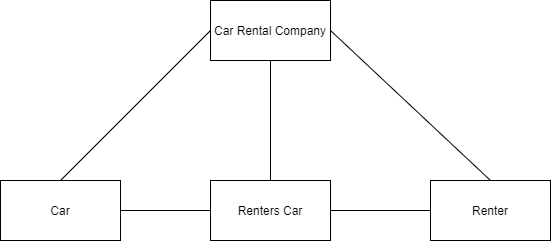
Above: Class Diagrams/Car Rental Company UML class diagram.png in smitbmx/Architecture-Diagrams (draw.io), before the change. Source tidied: cells renumbered, new cells last; positions are measured from the earlier drawing's top-left corner, leaving out a move shared by most shapes. Source of this version:
```xml
<mxGraphModel>
  <root>
    <mxCell id="0" />
    <mxCell id="1" parent="0" />
    <mxCell id="2" value="Car Rental Company" style="rounded=0;whiteSpace=wrap;html=1;" parent="1" vertex="1">
      <mxGeometry x="210" width="120" height="60" as="geometry" />
    </mxCell>
    <mxCell id="3" value="Renters Car" style="rounded=0;whiteSpace=wrap;html=1;" parent="1" vertex="1">
      <mxGeometry x="210" y="180" width="120" height="60" as="geometry" />
    </mxCell>
    <mxCell id="4" value="Car" style="rounded=0;whiteSpace=wrap;html=1;" parent="1" vertex="1">
      <mxGeometry y="180" width="120" height="60" as="geometry" />
    </mxCell>
    <mxCell id="5" value="Renter" style="rounded=0;whiteSpace=wrap;html=1;" parent="1" vertex="1">
      <mxGeometry x="430" y="180" width="120" height="60" as="geometry" />
    </mxCell>
    <mxCell id="6" style="endArrow=none;html=1;exitX=0.5;exitY=0;exitDx=0;exitDy=0;entryX=0;entryY=0.5;entryDx=0;entryDy=0;" parent="1" edge="1" source="4" target="2">
      <mxGeometry relative="1" as="geometry" />
    </mxCell>
    <mxCell id="7" style="endArrow=none;html=1;exitX=0.5;exitY=0;exitDx=0;exitDy=0;entryX=1;entryY=0.5;entryDx=0;entryDy=0;" parent="1" edge="1" source="5" target="2">
      <mxGeometry relative="1" as="geometry" />
    </mxCell>
    <mxCell id="8" style="endArrow=none;html=1;entryX=0;entryY=0.5;entryDx=0;entryDy=0;exitX=1;exitY=0.5;exitDx=0;exitDy=0;" parent="1" edge="1" source="4" target="3">
      <mxGeometry relative="1" as="geometry" />
    </mxCell>
    <mxCell id="9" style="endArrow=none;html=1;entryX=0;entryY=0.5;entryDx=0;entryDy=0;exitX=1;exitY=0.5;exitDx=0;exitDy=0;" parent="1" edge="1" source="3" target="5">
      <mxGeometry relative="1" as="geometry" />
    </mxCell>
    <mxCell id="10" style="endArrow=none;html=1;entryX=0.5;entryY=1;entryDx=0;entryDy=0;exitX=0.5;exitY=0;exitDx=0;exitDy=0;" parent="1" edge="1" source="3" target="2">
      <mxGeometry relative="1" as="geometry" />
    </mxCell>
  </root>
</mxGraphModel>
```
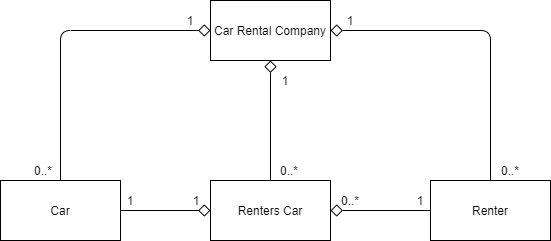
Later version of the same file.

What changed in the source:
```diff
@@ -14,20 +14,50 @@
     <mxCell id="5" value="Renter" style="rounded=0;whiteSpace=wrap;html=1;" parent="1" vertex="1">
       <mxGeometry x="430" y="180" width="120" height="60" as="geometry" />
     </mxCell>
-    <mxCell id="6" style="endArrow=none;html=1;exitX=0.5;exitY=0;exitDx=0;exitDy=0;entryX=0;entryY=0.5;entryDx=0;entryDy=0;" parent="1" edge="1" source="4" target="2">
+    <mxCell id="6" style="endArrow=diamond;html=1;exitX=0.5;exitY=0;exitDx=0;exitDy=0;entryX=0;entryY=0.5;entryDx=0;entryDy=0;endFill=0;strokeWidth=1;endSize=10;startSize=10;edgeStyle=orthogonalEdgeStyle;" parent="1" edge="1" source="4" target="2">
       <mxGeometry relative="1" as="geometry" />
     </mxCell>
-    <mxCell id="7" style="endArrow=none;html=1;exitX=0.5;exitY=0;exitDx=0;exitDy=0;entryX=1;entryY=0.5;entryDx=0;entryDy=0;" parent="1" edge="1" source="5" target="2">
+    <mxCell id="7" style="endArrow=diamond;html=1;exitX=0.5;exitY=0;exitDx=0;exitDy=0;entryX=1;entryY=0.5;entryDx=0;entryDy=0;edgeStyle=orthogonalEdgeStyle;endFill=0;endSize=10;startSize=10;" parent="1" edge="1" source="5" target="2">
       <mxGeometry relative="1" as="geometry" />
     </mxCell>
-    <mxCell id="8" style="endArrow=none;html=1;entryX=0;entryY=0.5;entryDx=0;entryDy=0;exitX=1;exitY=0.5;exitDx=0;exitDy=0;" parent="1" edge="1" source="4" target="3">
+    <mxCell id="8" style="endArrow=diamond;html=1;entryX=0;entryY=0.5;entryDx=0;entryDy=0;exitX=1;exitY=0.5;exitDx=0;exitDy=0;endFill=0;endSize=10;startSize=10;" parent="1" edge="1" source="4" target="3">
       <mxGeometry relative="1" as="geometry" />
     </mxCell>
-    <mxCell id="9" style="endArrow=none;html=1;entryX=0;entryY=0.5;entryDx=0;entryDy=0;exitX=1;exitY=0.5;exitDx=0;exitDy=0;" parent="1" edge="1" source="3" target="5">
+    <mxCell id="9" style="endArrow=none;html=1;entryX=0;entryY=0.5;entryDx=0;entryDy=0;exitX=1;exitY=0.5;exitDx=0;exitDy=0;startArrow=diamond;startFill=0;endSize=10;startSize=10;" parent="1" edge="1" source="3" target="5">
       <mxGeometry relative="1" as="geometry" />
     </mxCell>
-    <mxCell id="10" style="endArrow=none;html=1;entryX=0.5;entryY=1;entryDx=0;entryDy=0;exitX=0.5;exitY=0;exitDx=0;exitDy=0;" parent="1" edge="1" source="3" target="2">
+    <mxCell id="10" style="endArrow=diamond;html=1;entryX=0.5;entryY=1;entryDx=0;entryDy=0;exitX=0.5;exitY=0;exitDx=0;exitDy=0;endFill=0;endSize=10;startSize=10;" parent="1" edge="1" source="3" target="2">
       <mxGeometry relative="1" as="geometry" />
     </mxCell>
+    <mxCell id="11" value="1" style="text;html=1;strokeColor=none;fillColor=none;align=center;verticalAlign=middle;whiteSpace=wrap;rounded=0;" parent="1" vertex="1">
+      <mxGeometry x="170" y="10" width="40" height="20" as="geometry" />
+    </mxCell>
+    <mxCell id="12" value="0..*" style="text;html=1;strokeColor=none;fillColor=none;align=center;verticalAlign=middle;whiteSpace=wrap;rounded=0;" parent="1" vertex="1">
+      <mxGeometry x="23" y="160" width="40" height="20" as="geometry" />
+    </mxCell>
+    <mxCell id="13" value="1" style="text;html=1;strokeColor=none;fillColor=none;align=center;verticalAlign=middle;whiteSpace=wrap;rounded=0;" parent="1" vertex="1">
+      <mxGeometry x="330" y="10" width="40" height="20" as="geometry" />
+    </mxCell>
+    <mxCell id="14" value="0..*" style="text;html=1;strokeColor=none;fillColor=none;align=center;verticalAlign=middle;whiteSpace=wrap;rounded=0;" parent="1" vertex="1">
+      <mxGeometry x="490" y="160" width="40" height="20" as="geometry" />
+    </mxCell>
+    <mxCell id="15" value="0..*" style="text;html=1;strokeColor=none;fillColor=none;align=center;verticalAlign=middle;whiteSpace=wrap;rounded=0;" parent="1" vertex="1">
+      <mxGeometry x="269" y="160" width="40" height="20" as="geometry" />
+    </mxCell>
+    <mxCell id="16" value="1" style="text;html=1;strokeColor=none;fillColor=none;align=center;verticalAlign=middle;whiteSpace=wrap;rounded=0;" parent="1" vertex="1">
+      <mxGeometry x="400" y="190" width="40" height="20" as="geometry" />
+    </mxCell>
+    <mxCell id="17" value="0..*" style="text;html=1;strokeColor=none;fillColor=none;align=center;verticalAlign=middle;whiteSpace=wrap;rounded=0;" parent="1" vertex="1">
+      <mxGeometry x="330" y="190" width="40" height="20" as="geometry" />
+    </mxCell>
+    <mxCell id="18" value="1" style="text;html=1;strokeColor=none;fillColor=none;align=center;verticalAlign=middle;whiteSpace=wrap;rounded=0;" parent="1" vertex="1">
+      <mxGeometry x="110" y="190" width="40" height="20" as="geometry" />
+    </mxCell>
+    <mxCell id="19" value="1" style="text;html=1;strokeColor=none;fillColor=none;align=center;verticalAlign=middle;whiteSpace=wrap;rounded=0;" parent="1" vertex="1">
+      <mxGeometry x="176" y="190" width="40" height="20" as="geometry" />
+    </mxCell>
+    <mxCell id="20" value="1" style="text;html=1;strokeColor=none;fillColor=none;align=center;verticalAlign=middle;whiteSpace=wrap;rounded=0;" parent="1" vertex="1">
+      <mxGeometry x="265" y="70" width="40" height="20" as="geometry" />
+    </mxCell>
   </root>
 </mxGraphModel>
```
